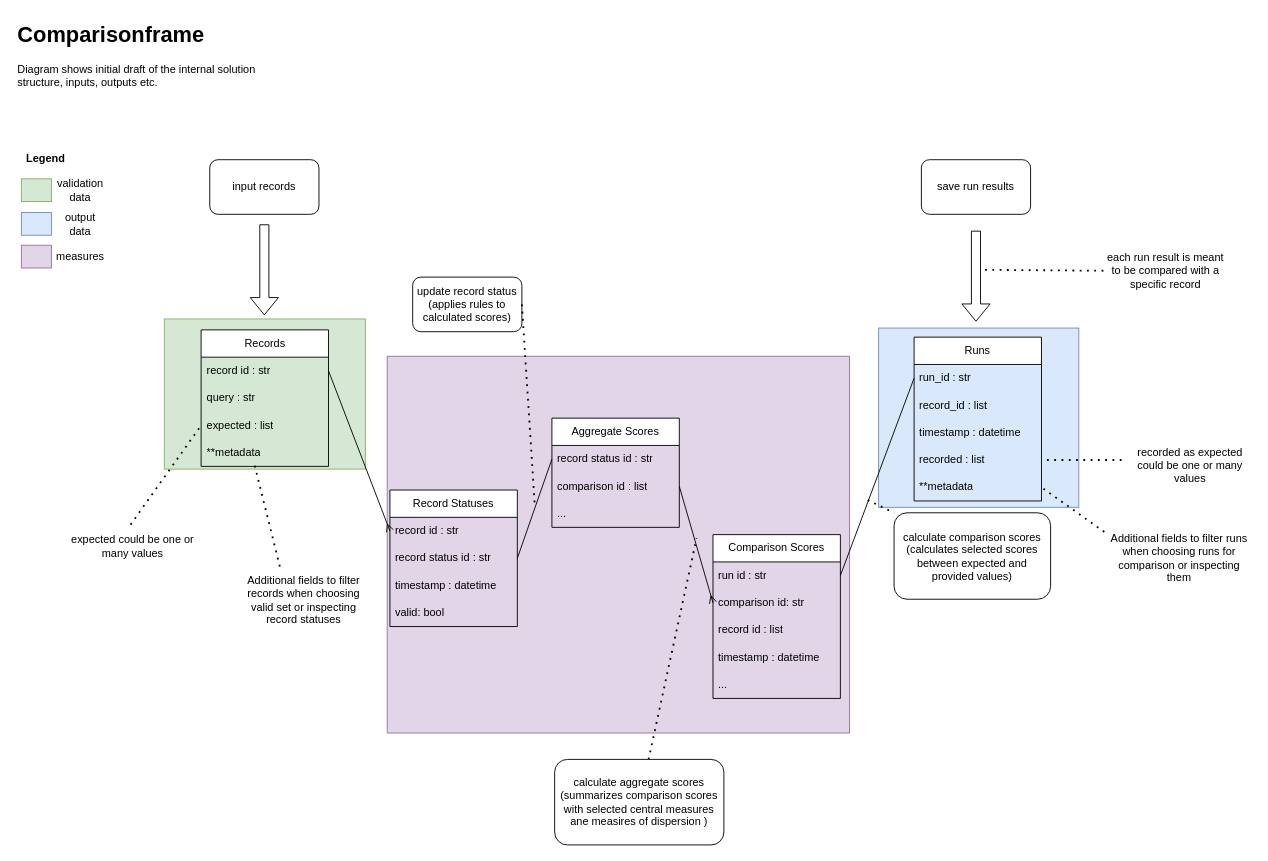
Kiril-Mordan/reusables keeps this draw.io diagram as drawio/comparisonframe.drawio. Above is the earlier version. Source tidied: cells renumbered, new cells numbered last; positions are measured from the earlier drawing's top-left corner, leaving out a move shared by most shapes. Both pictures are drawn from the tidied source at 91%, with x=0, y=0 at pixel (15, 15).
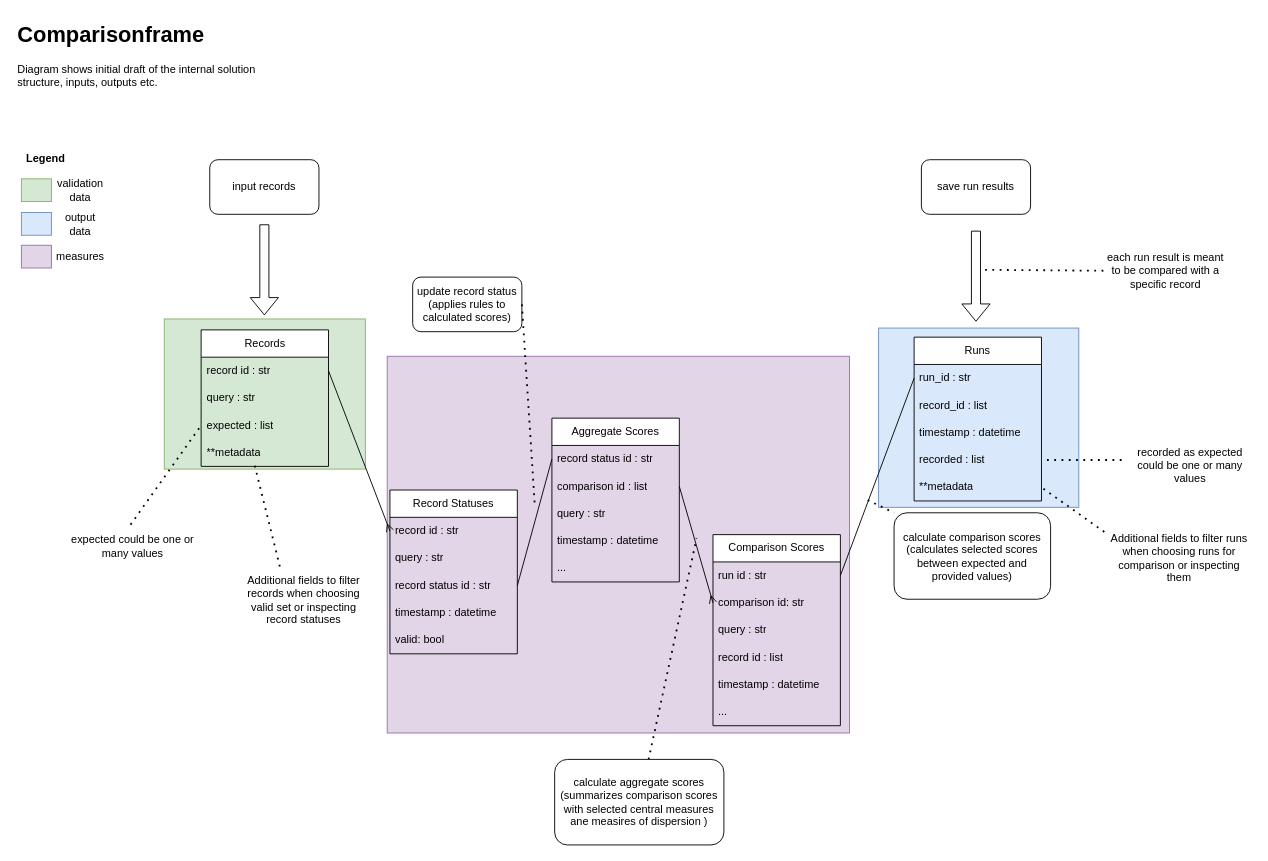
Above is the later version.

Commit message (it also covers changes not shown here):
[comparisonframe] test status based on pandas query for aggregate scores table

The edit, as a diff of the source:
```diff
@@
     <mxCell id="10" value="Aggregate Scores" style="swimlane;fontStyle=0;horizontal=1;startSize=30;whiteSpace=wrap;html=1;" parent="1" vertex="1">
-      <mxGeometry x="589" y="442" width="140" height="120" as="geometry" />
+      <mxGeometry x="589" y="442" width="140" height="180" as="geometry" />
     </mxCell>
@@
+    <mxCell id="63" value="query : str" style="text;strokeColor=none;fillColor=none;align=left;verticalAlign=middle;spacingLeft=4;spacingRight=4;overflow=hidden;whiteSpace=wrap;html=1;" parent="10" vertex="1">
+      <mxGeometry y="90" width="140" height="30" as="geometry" />
+    </mxCell>
+    <mxCell id="64" value="timestamp : datetime" style="text;strokeColor=none;fillColor=none;align=left;verticalAlign=middle;spacingLeft=4;spacingRight=4;overflow=hidden;whiteSpace=wrap;html=1;" parent="10" vertex="1">
+      <mxGeometry y="120" width="140" height="30" as="geometry" />
+    </mxCell>
     <mxCell id="13" value="..." style="text;strokeColor=none;fillColor=none;align=left;verticalAlign=middle;spacingLeft=4;spacingRight=4;overflow=hidden;whiteSpace=wrap;html=1;" parent="10" vertex="1">
-      <mxGeometry y="90" width="140" height="30" as="geometry" />
+      <mxGeometry y="150" width="140" height="30" as="geometry" />
     </mxCell>
@@
     <mxCell id="20" value="Comparison Scores" style="swimlane;fontStyle=0;horizontal=1;startSize=30;whiteSpace=wrap;html=1;" parent="1" vertex="1">
-      <mxGeometry x="766" y="570" width="140" height="180" as="geometry" />
+      <mxGeometry x="766" y="570" width="140" height="210" as="geometry" />
     </mxCell>
@@
+    <mxCell id="65" value="query : str" style="text;strokeColor=none;fillColor=none;align=left;verticalAlign=middle;spacingLeft=4;spacingRight=4;overflow=hidden;whiteSpace=wrap;html=1;" parent="20" vertex="1">
+      <mxGeometry y="90" width="140" height="30" as="geometry" />
+    </mxCell>
     <mxCell id="23" value="record id : list" style="text;strokeColor=none;fillColor=none;align=left;verticalAlign=middle;spacingLeft=4;spacingRight=4;overflow=hidden;whiteSpace=wrap;html=1;" parent="20" vertex="1">
-      <mxGeometry y="90" width="140" height="30" as="geometry" />
+      <mxGeometry y="120" width="140" height="30" as="geometry" />
     </mxCell>
     <mxCell id="24" value="timestamp : datetime" style="text;strokeColor=none;fillColor=none;align=left;verticalAlign=middle;spacingLeft=4;spacingRight=4;overflow=hidden;whiteSpace=wrap;html=1;" parent="20" vertex="1">
-      <mxGeometry y="120" width="140" height="30" as="geometry" />
+      <mxGeometry y="150" width="140" height="30" as="geometry" />
     </mxCell>
     <mxCell id="25" value="..." style="text;strokeColor=none;fillColor=none;align=left;verticalAlign=middle;spacingLeft=4;spacingRight=4;overflow=hidden;whiteSpace=wrap;html=1;" parent="20" vertex="1">
-      <mxGeometry y="150" width="140" height="30" as="geometry" />
+      <mxGeometry y="180" width="140" height="30" as="geometry" />
     </mxCell>
     <mxCell id="26" value="Record Statuses" style="swimlane;fontStyle=0;horizontal=1;startSize=30;whiteSpace=wrap;html=1;" parent="1" vertex="1">
-      <mxGeometry x="411" y="521" width="140" height="150" as="geometry" />
+      <mxGeometry x="411" y="521" width="140" height="180" as="geometry" />
     </mxCell>
@@
+    <mxCell id="66" value="query : str" style="text;strokeColor=none;fillColor=none;align=left;verticalAlign=middle;spacingLeft=4;spacingRight=4;overflow=hidden;whiteSpace=wrap;html=1;" parent="26" vertex="1">
+      <mxGeometry y="60" width="140" height="30" as="geometry" />
+    </mxCell>
     <mxCell id="28" value="record status id : str" style="text;strokeColor=none;fillColor=none;align=left;verticalAlign=middle;spacingLeft=4;spacingRight=4;overflow=hidden;points=[[0,0.5],[1,0.5]];portConstraint=eastwest;whiteSpace=wrap;html=1;" parent="26" vertex="1">
-      <mxGeometry y="60" width="140" height="30" as="geometry" />
+      <mxGeometry y="90" width="140" height="30" as="geometry" />
     </mxCell>
     <mxCell id="29" value="timestamp : datetime" style="text;strokeColor=none;fillColor=none;align=left;verticalAlign=middle;spacingLeft=4;spacingRight=4;overflow=hidden;whiteSpace=wrap;html=1;" parent="26" vertex="1">
-      <mxGeometry y="90" width="140" height="30" as="geometry" />
+      <mxGeometry y="120" width="140" height="30" as="geometry" />
     </mxCell>
     <mxCell id="30" value="valid: bool" style="text;strokeColor=none;fillColor=none;align=left;verticalAlign=middle;spacingLeft=4;spacingRight=4;overflow=hidden;whiteSpace=wrap;html=1;" parent="26" vertex="1">
-      <mxGeometry y="120" width="140" height="30" as="geometry" />
+      <mxGeometry y="150" width="140" height="30" as="geometry" />
     </mxCell>
```
